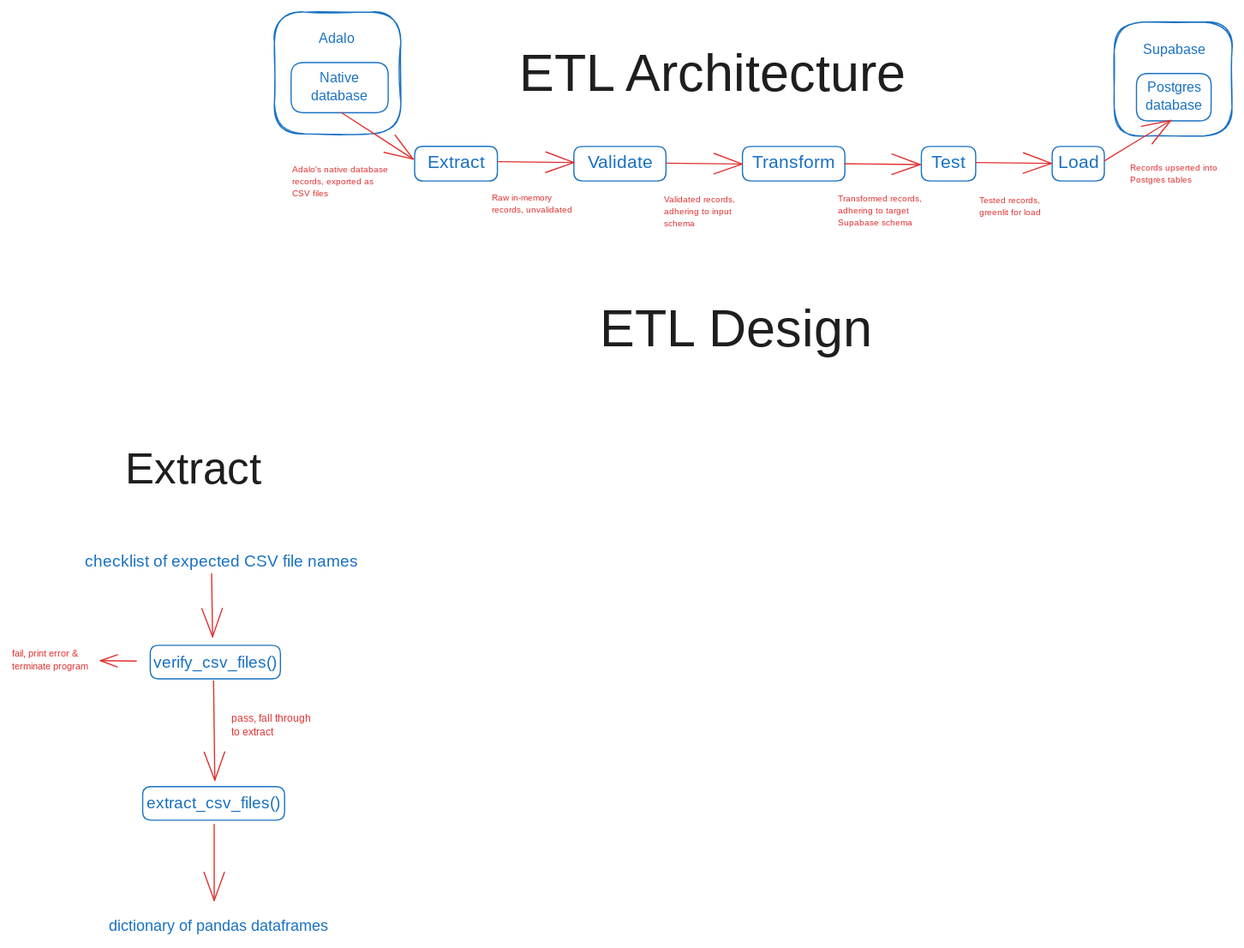
Earlier version of the Excalidraw export arch.excalidraw.svg (jperezopt/everloop-etl). Source tidied: one line per element, renumbered; positions are measured from the earlier drawing's top-left corner, leaving out a move shared by most shapes.
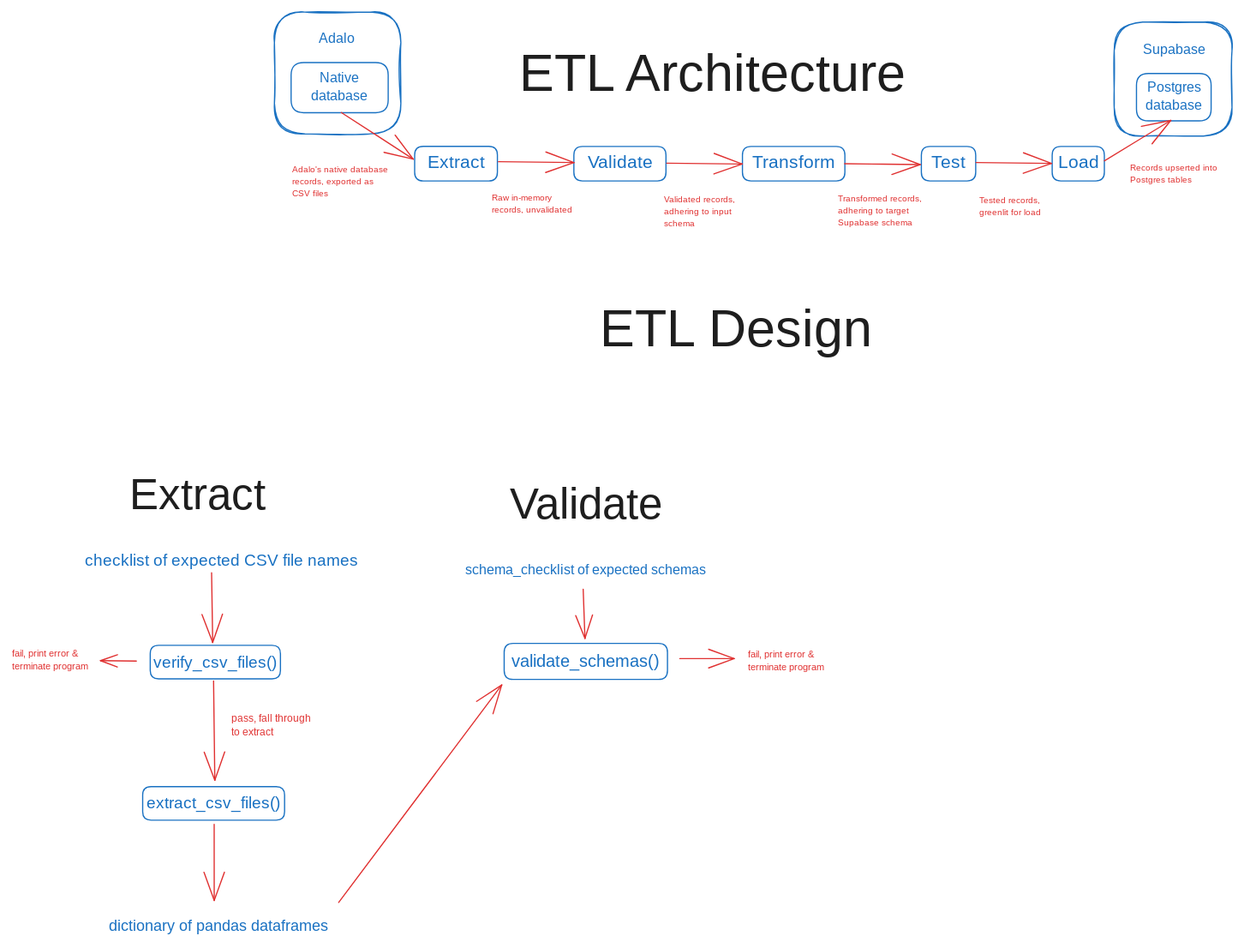
Later version of the same file.

Commit message:
add validate design diagram

Diff of the diagram source:
```diff
@@ -18,7 +18,8 @@
 {"id": 17, "type": "text", "text": "Load", "strokeColor": "#1971c2", "strokeWidth": 1, "roughness": 0, "fontSize": 15.02, "fontFamily": 8, "textAlign": "center", "verticalAlign": "middle", "inside": 16, "x": 873, "y": 117, "width": 33, "height": 19}
 {"id": 18, "type": "text", "text": "ETL Architecture", "strokeColor": "#1e1e1e", "strokeWidth": 1, "roughness": 0, "fontSize": 43.82, "fontFamily": 8, "x": 423, "y": 28, "width": 386, "height": 55}
 {"id": 19, "type": "text", "text": "ETL Design", "strokeColor": "#1e1e1e", "strokeWidth": 1, "roughness": 0, "fontSize": 43.82, "fontFamily": 8, "x": 490, "y": 240, "width": 241, "height": 55}
-{"id": 20, "type": "text", "text": "Extract", "strokeColor": "#1e1e1e", "strokeWidth": 1, "roughness": 0, "fontSize": 36.5, "fontFamily": 8, "x": 95, "y": 361, "width": 141, "height": 46}
+{"id": 20, "type": "text", "text": "Extract", "strokeColor": "#1e1e1e", "strokeWidth": 1, "roughness": 0, "fontSize": 36.5, "fontFamily": 8, "x": 98, "y": 383, "width": 141, "height": 46}
+{"id": 45, "type": "text", "text": "Validate", "strokeColor": "#1e1e1e", "strokeWidth": 1, "roughness": 0, "fontSize": 36.5, "fontFamily": 8, "x": 415, "y": 390, "width": 161, "height": 46}
 {"id": 21, "type": "text", "text": "Adalo's native database\nrecords, exported as\nCSV files", "strokeColor": "#e03131", "strokeWidth": 1, "roughness": 0, "fontSize": 7.46, "fontFamily": 6, "x": 234, "y": 126, "width": 81, "height": 30}
 {"id": 22, "type": "text", "text": "Raw in-memory \nrecords, unvalidated", "strokeColor": "#e03131", "strokeWidth": 1, "roughness": 0, "fontSize": 7.46, "fontFamily": 6, "x": 400, "y": 149, "width": 68, "height": 20}
 {"id": 23, "type": "text", "text": "Validated records,\nadhering to input\nschema", "strokeColor": "#e03131", "strokeWidth": 1, "roughness": 0, "fontSize": 7.46, "fontFamily": 6, "x": 544, "y": 151, "width": 61, "height": 30}
@@ -38,8 +39,15 @@
 {"id": 37, "type": "arrow", "strokeColor": "#e03131", "strokeWidth": 1, "roughness": 0, "endArrowhead": "arrow", "round": true, "from": 33, "to": 35, "x": 168, "y": 558, "width": 1, "height": 83, "points": [[0, 0], [1, 83]]}
 {"id": 38, "type": "arrow", "strokeColor": "#e03131", "strokeWidth": 1, "roughness": 0, "endArrowhead": "arrow", "round": true, "from": 33, "to": 39, "x": 104, "y": 541, "width": 30, "height": 0, "points": [[0, 0], [-30, 0]]}
 {"id": 39, "type": "text", "text": "fail, print error &\nterminate program", "strokeColor": "#e03131", "strokeWidth": 1, "roughness": 0, "fontSize": 7.85, "fontFamily": 6, "x": 0, "y": 530, "width": 66, "height": 21}
+{"id": 46, "type": "text", "text": "fail, print error &\nterminate program", "strokeColor": "#e03131", "strokeWidth": 1, "roughness": 0, "fontSize": 7.85, "fontFamily": 6, "x": 614, "y": 530, "width": 66, "height": 21}
-{"id": 40, "type": "text", "text": "checklist of expected CSV file names", "strokeColor": "#1971c2", "strokeWidth": 1, "roughness": 0, "fontSize": 13.33, "fontFamily": 6, "x": 60, "y": 449, "width": 221, "height": 18}
+{"id": 40, "type": "text", "text": "checklist of expected CSV file names", "strokeColor": "#1971c2", "strokeWidth": 1, "roughness": 0, "fontSize": 13.33, "fontFamily": 6, "x": 60, "y": 448, "width": 221, "height": 18}
-{"id": 41, "type": "arrow", "strokeColor": "#e03131", "strokeWidth": 1, "roughness": 0, "endArrowhead": "arrow", "round": true, "from": 40, "to": 33, "x": 166, "y": 468, "width": 1, "height": 53, "points": [[0, 0], [1, 53]]}
+{"id": 41, "type": "arrow", "strokeColor": "#e03131", "strokeWidth": 1, "roughness": 0, "endArrowhead": "arrow", "round": true, "from": 40, "to": 33, "x": 166, "y": 467, "width": 1, "height": 58, "points": [[0, 0], [1, 58]]}
 {"id": 42, "type": "text", "text": "dictionary of pandas dataframes", "strokeColor": "#1971c2", "strokeWidth": 1, "roughness": 0, "fontSize": 12.88, "fontFamily": 6, "x": 81, "y": 753, "width": 188, "height": 17}
 {"id": 43, "type": "arrow", "strokeColor": "#e03131", "strokeWidth": 1, "roughness": 0, "endArrowhead": "arrow", "round": true, "from": 35, "to": 42, "x": 169, "y": 677, "width": 0, "height": 63, "points": [[0, 0], [0, 63]]}
 {"id": 44, "type": "text", "text": "pass, fall through \nto extract", "strokeColor": "#e03131", "strokeWidth": 1, "roughness": 0, "fontSize": 8.37, "fontFamily": 6, "x": 183, "y": 583, "width": 68, "height": 23}
+{"id": 47, "type": "text", "text": "schema_checklist of expected schemas", "strokeColor": "#1971c2", "strokeWidth": 1, "roughness": 0, "fontSize": 11.59, "fontFamily": 6, "x": 378, "y": 457, "width": 204, "height": 16}
+{"id": 48, "type": "rectangle", "strokeColor": "#1971c2", "strokeWidth": 1, "roughness": 0, "round": true, "x": 410, "y": 526, "width": 136, "height": 30}
+{"id": 49, "type": "text", "text": "validate_schemas()", "strokeColor": "#1971c2", "strokeWidth": 1, "roughness": 0, "fontSize": 14.26, "fontFamily": 6, "textAlign": "center", "verticalAlign": "middle", "inside": 48, "x": 416, "y": 532, "width": 124, "height": 19}
+{"id": 50, "type": "arrow", "strokeColor": "#e03131", "strokeWidth": 1, "roughness": 0, "endArrowhead": "arrow", "round": true, "from": 42, "to": 48, "x": 272, "y": 742, "width": 136, "height": 181, "points": [[0, 0], [136, -181]]}
+{"id": 51, "type": "arrow", "strokeColor": "#e03131", "strokeWidth": 1, "roughness": 0, "endArrowhead": "arrow", "round": true, "from": 47, "to": 48, "x": 476, "y": 481, "width": 1, "height": 41, "points": [[0, 0], [1, 41]]}
+{"id": 52, "type": "arrow", "strokeColor": "#e03131", "strokeWidth": 1, "roughness": 0, "endArrowhead": "arrow", "round": true, "from": 48, "to": 46, "x": 557, "y": 539, "width": 45, "height": 0, "points": [[0, 0], [45, 0]]}
```
